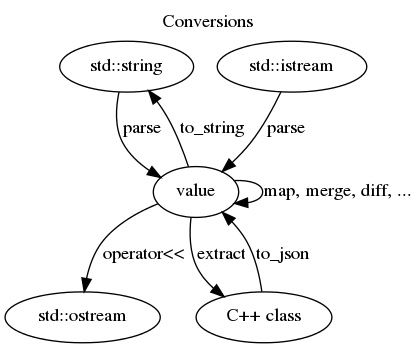
The Graphviz diagram doc/conversions.png in tgockel/json-voorhees, before a commit. Its source is kept beside it as doc/conversions.dot.
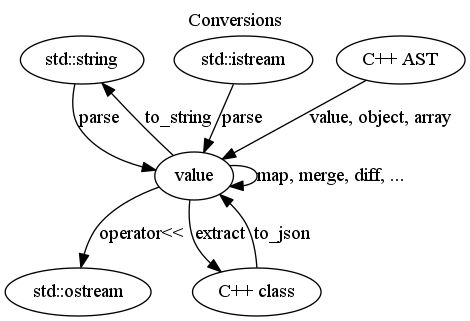
The same file after the commit.

Commit message:
Updates conversions chart with C++ AST functions.

The edit, as a diff of the source:
```diff
@@ -7,6 +7,7 @@
   ostream [label="std::ostream"]
   value   [label="value", URL="\ref jsonv::value"]
   class   [label="C++ class"]
+  ast     [label="C++ AST"]
 
   value   -> str     [label="to_string"]
   value   -> ostream [label="operator<<"]
@@ -15,4 +16,5 @@
   value   -> value   [label="map, merge, diff, ..."]
   value   -> class   [label="extract"]
   class   -> value   [label="to_json"]
+  ast     -> value   [label="value, object, array"]
 }
```
